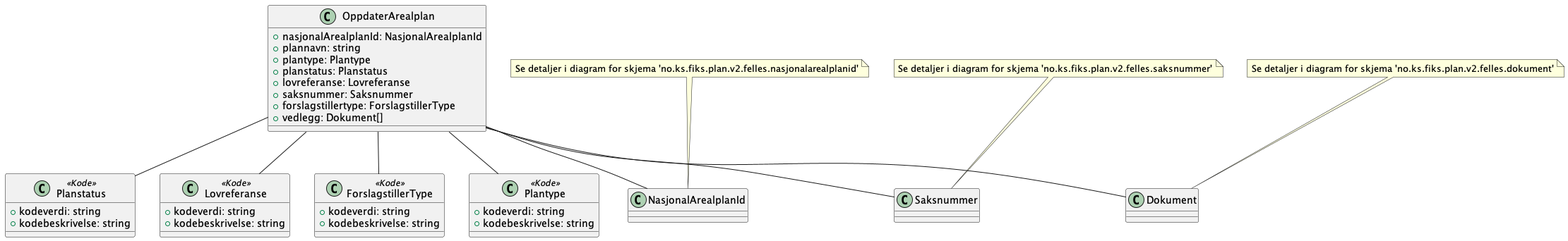
The PlantUML diagram Dokumentasjon/V2/ClassDiagrams/no.ks.fiks.plan.v2.oppdatering.arealplan.oppdater/arealplan-oppdater.png in ks-no/fiks-plan-specification, before a commit.
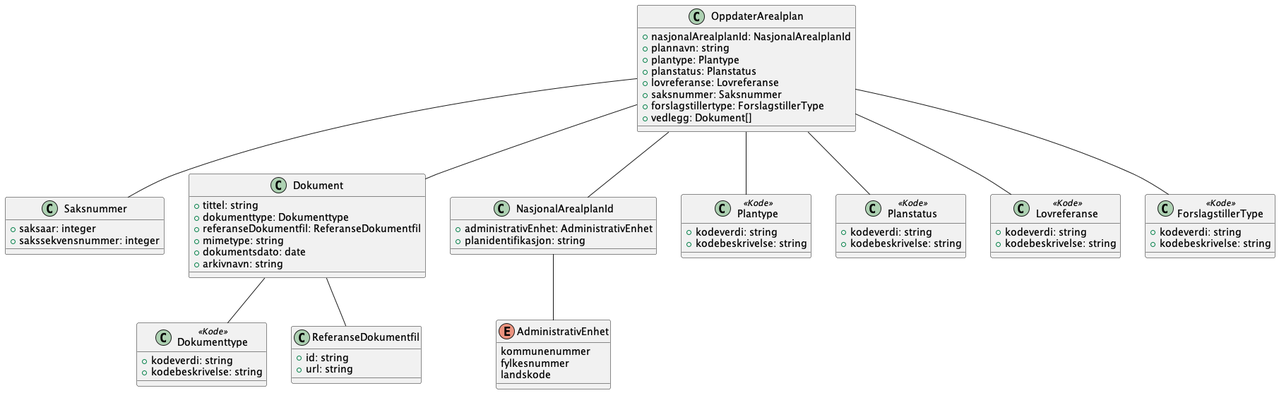
Above is the later version.

Diff of the diagram source:
```diff
@@ -1,4 +1,7 @@
 @startuml
+!include ./../no.ks.fiks.plan.v2.felles.saksnummer/saksnummer.pu
+!include ./../no.ks.fiks.plan.v2.felles.dokument/dokument.pu
+!include ./../no.ks.fiks.plan.v2.felles.nasjonalarealplanid/nasjonalarealplanid.pu
 
 class OppdaterArealplan {
     +nasjonalArealplanId: NasjonalArealplanId
@@ -39,8 +42,4 @@
 OppdaterArealplan -- Saksnummer
 OppdaterArealplan -- Dokument
 
-note top of NasjonalArealplanId : Se detaljer i diagram for skjema 'no.ks.fiks.plan.v2.felles.nasjonalarealplanid'
-note top of Saksnummer : Se detaljer i diagram for skjema 'no.ks.fiks.plan.v2.felles.saksnummer'
-note top of Dokument : Se detaljer i diagram for skjema 'no.ks.fiks.plan.v2.felles.dokument'
-
 @enduml
```
